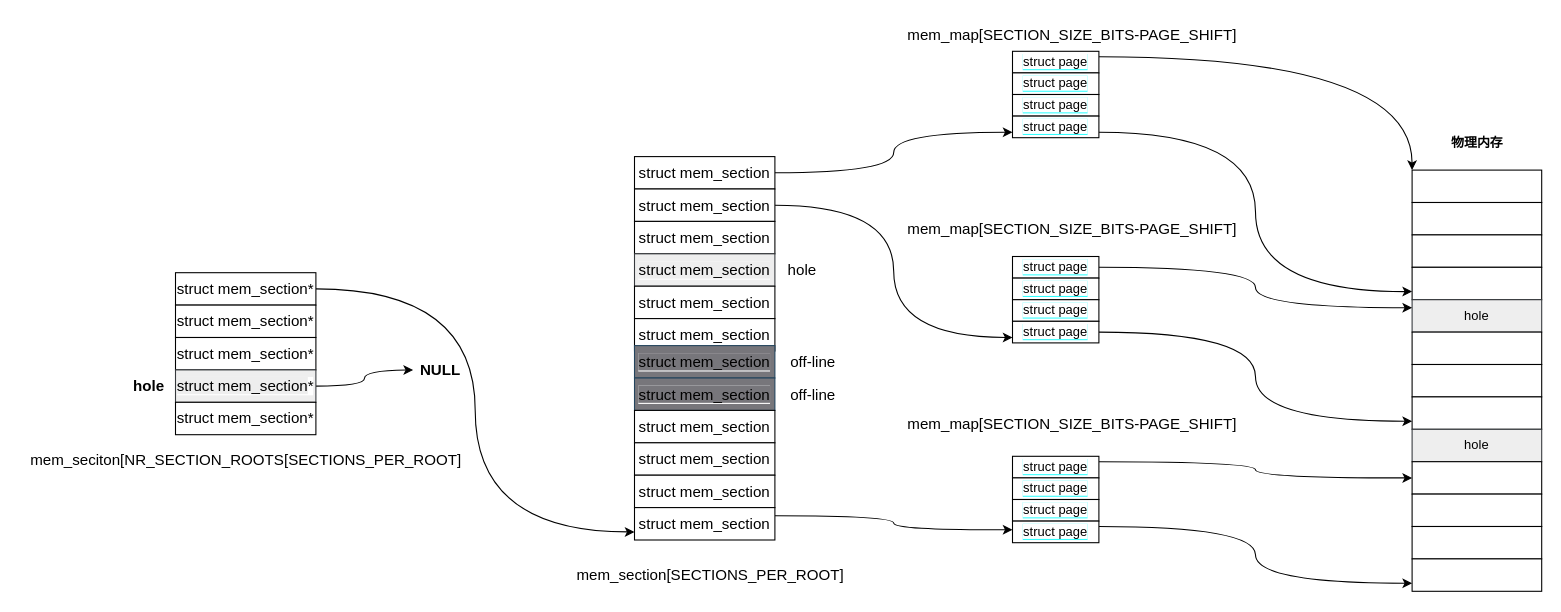
kongjun18/thesis keeps this draw.io diagram as images/SPARSEMEM-EXTREME.drawio. Above is the earlier version. Source tidied: cells renumbered, new cells numbered last; positions are measured from the earlier drawing's top-left corner, leaving out a move shared by most shapes. Both pictures are drawn from the tidied source at 108%, with x=0, y=0 at pixel (18, 18).
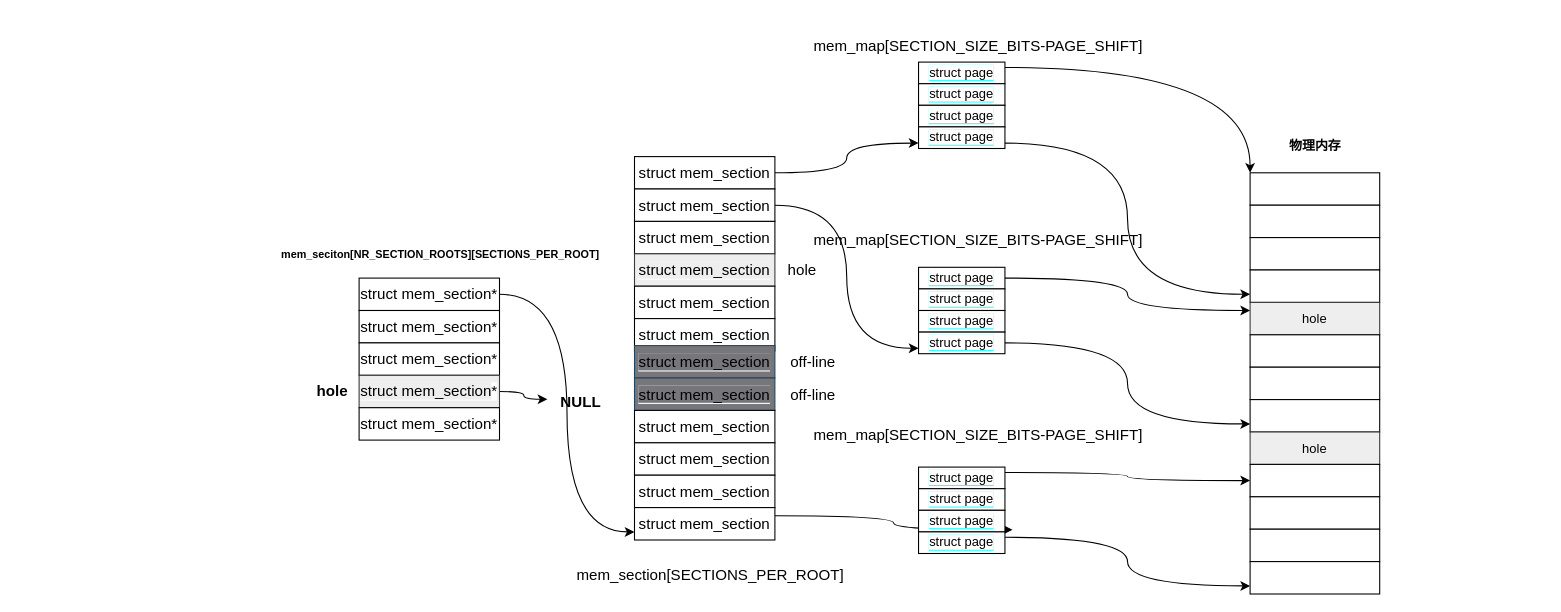
After the change.

Diff of the diagram source:
```diff
@@
     <mxCell id="2" style="rounded=0;whiteSpace=wrap;html=1;labelBackgroundColor=#33FFFF;" parent="1" vertex="1">
-      <mxGeometry x="1290" y="140" width="120" height="30" as="geometry" />
+      <mxGeometry x="1140" y="142.5" width="120" height="30" as="geometry" />
     </mxCell>
     <mxCell id="3" style="rounded=0;whiteSpace=wrap;html=1;labelBackgroundColor=#33FFFF;" parent="1" vertex="1">
-      <mxGeometry x="1290" y="170" width="120" height="30" as="geometry" />
+      <mxGeometry x="1140" y="172.5" width="120" height="30" as="geometry" />
     </mxCell>
     <mxCell id="4" style="rounded=0;whiteSpace=wrap;html=1;labelBackgroundColor=#33FFFF;" parent="1" vertex="1">
-      <mxGeometry x="1290" y="200" width="120" height="30" as="geometry" />
+      <mxGeometry x="1140" y="202.5" width="120" height="30" as="geometry" />
     </mxCell>
     <mxCell id="5" style="rounded=0;whiteSpace=wrap;html=1;labelBackgroundColor=#33FFFF;" parent="1" vertex="1">
-      <mxGeometry x="1290" y="230" width="120" height="30" as="geometry" />
+      <mxGeometry x="1140" y="232.5" width="120" height="30" as="geometry" />
     </mxCell>
     <mxCell id="6" value="hole" style="rounded=0;whiteSpace=wrap;html=1;labelBackgroundColor=none;fillColor=#eeeeee;strokeColor=#36393d;" parent="1" vertex="1">
-      <mxGeometry x="1290" y="260" width="120" height="30" as="geometry" />
+      <mxGeometry x="1140" y="262.5" width="120" height="30" as="geometry" />
     </mxCell>
     <mxCell id="7" style="rounded=0;whiteSpace=wrap;html=1;labelBackgroundColor=#33FFFF;" parent="1" vertex="1">
-      <mxGeometry x="1290" y="290" width="120" height="30" as="geometry" />
+      <mxGeometry x="1140" y="292.5" width="120" height="30" as="geometry" />
     </mxCell>
     <mxCell id="8" style="rounded=0;whiteSpace=wrap;html=1;labelBackgroundColor=#33FFFF;" parent="1" vertex="1">
-      <mxGeometry x="1290" y="320" width="120" height="30" as="geometry" />
+      <mxGeometry x="1140" y="322.5" width="120" height="30" as="geometry" />
     </mxCell>
     <mxCell id="9" style="rounded=0;whiteSpace=wrap;html=1;labelBackgroundColor=#33FFFF;" parent="1" vertex="1">
-      <mxGeometry x="1290" y="350" width="120" height="30" as="geometry" />
+      <mxGeometry x="1140" y="352.5" width="120" height="30" as="geometry" />
     </mxCell>
     <mxCell id="10" value="hole" style="rounded=0;whiteSpace=wrap;html=1;labelBackgroundColor=#FFFFF;fillColor=#eeeeee;strokeColor=#36393d;" parent="1" vertex="1">
-      <mxGeometry x="1290" y="380" width="120" height="30" as="geometry" />
+      <mxGeometry x="1140" y="382.5" width="120" height="30" as="geometry" />
     </mxCell>
     <mxCell id="11" style="rounded=0;whiteSpace=wrap;html=1;labelBackgroundColor=#33FFFF;" parent="1" vertex="1">
-      <mxGeometry x="1290" y="410" width="120" height="30" as="geometry" />
+      <mxGeometry x="1140" y="412.5" width="120" height="30" as="geometry" />
     </mxCell>
     <mxCell id="12" style="rounded=0;whiteSpace=wrap;html=1;labelBackgroundColor=#33FFFF;" parent="1" vertex="1">
-      <mxGeometry x="1290" y="440" width="120" height="30" as="geometry" />
+      <mxGeometry x="1140" y="442.5" width="120" height="30" as="geometry" />
     </mxCell>
     <mxCell id="13" style="rounded=0;whiteSpace=wrap;html=1;labelBackgroundColor=#33FFFF;" parent="1" vertex="1">
-      <mxGeometry x="1290" y="470" width="120" height="30" as="geometry" />
+      <mxGeometry x="1140" y="472.5" width="120" height="30" as="geometry" />
     </mxCell>
     <mxCell id="14" value="&lt;b&gt;物理内存&lt;/b&gt;" style="text;html=1;align=center;verticalAlign=middle;strokeColor=none;fillColor=none;" parent="1" vertex="1">
-      <mxGeometry x="1315" y="100" width="70" height="30" as="geometry" />
+      <mxGeometry x="1165" y="102.5" width="70" height="30" as="geometry" />
     </mxCell>
     <mxCell id="15" style="rounded=0;whiteSpace=wrap;html=1;labelBackgroundColor=#33FFFF;" parent="1" vertex="1">
-      <mxGeometry x="1290" y="500" width="120" height="30" as="geometry" />
+      <mxGeometry x="1140" y="502.5" width="120" height="30" as="geometry" />
     </mxCell>
@@
     <mxCell id="17" value="&lt;span style=&quot;background-color: rgb(255, 255, 255);&quot;&gt;struct page&lt;/span&gt;" style="rounded=0;whiteSpace=wrap;html=1;labelBackgroundColor=#33FFFF;" parent="1" vertex="1">
-      <mxGeometry x="920" y="30" width="80" height="20" as="geometry" />
+      <mxGeometry x="833" y="40" width="80" height="20" as="geometry" />
     </mxCell>
     <mxCell id="18" value="&lt;span style=&quot;background-color: rgb(255, 255, 255);&quot;&gt;struct page&lt;/span&gt;" style="rounded=0;whiteSpace=wrap;html=1;labelBackgroundColor=#33FFFF;" parent="1" vertex="1">
-      <mxGeometry x="920" y="50" width="80" height="20" as="geometry" />
+      <mxGeometry x="833" y="60" width="80" height="20" as="geometry" />
     </mxCell>
     <mxCell id="19" value="&lt;span style=&quot;background-color: rgb(255, 255, 255);&quot;&gt;struct page&lt;/span&gt;" style="rounded=0;whiteSpace=wrap;html=1;labelBackgroundColor=#33FFFF;" parent="1" vertex="1">
-      <mxGeometry x="920" y="70" width="80" height="20" as="geometry" />
+      <mxGeometry x="833" y="80" width="80" height="20" as="geometry" />
     </mxCell>
@@
     <mxCell id="21" value="&lt;span style=&quot;background-color: rgb(255, 255, 255);&quot;&gt;struct page&lt;/span&gt;" style="rounded=0;whiteSpace=wrap;html=1;labelBackgroundColor=#33FFFF;" parent="1" vertex="1">
-      <mxGeometry x="920" y="90" width="80" height="20" as="geometry" />
+      <mxGeometry x="833" y="100" width="80" height="20" as="geometry" />
     </mxCell>
@@
     <mxCell id="23" value="&lt;span style=&quot;background-color: rgb(255, 255, 255);&quot;&gt;struct page&lt;/span&gt;" style="rounded=0;whiteSpace=wrap;html=1;labelBackgroundColor=#33FFFF;" parent="1" vertex="1">
-      <mxGeometry x="920" y="220" width="80" height="20" as="geometry" />
+      <mxGeometry x="833" y="230" width="80" height="20" as="geometry" />
     </mxCell>
     <mxCell id="24" value="&lt;span style=&quot;background-color: rgb(255, 255, 255);&quot;&gt;struct page&lt;/span&gt;" style="rounded=0;whiteSpace=wrap;html=1;labelBackgroundColor=#33FFFF;" parent="1" vertex="1">
-      <mxGeometry x="920" y="240" width="80" height="20" as="geometry" />
+      <mxGeometry x="833" y="250" width="80" height="20" as="geometry" />
     </mxCell>
     <mxCell id="25" value="&lt;span style=&quot;background-color: rgb(255, 255, 255);&quot;&gt;struct page&lt;/span&gt;" style="rounded=0;whiteSpace=wrap;html=1;labelBackgroundColor=#33FFFF;" parent="1" vertex="1">
-      <mxGeometry x="920" y="260" width="80" height="20" as="geometry" />
+      <mxGeometry x="833" y="270" width="80" height="20" as="geometry" />
     </mxCell>
@@
     <mxCell id="27" value="&lt;span style=&quot;background-color: rgb(255, 255, 255);&quot;&gt;struct page&lt;/span&gt;" style="rounded=0;whiteSpace=wrap;html=1;labelBackgroundColor=#33FFFF;" parent="1" vertex="1">
-      <mxGeometry x="920" y="280" width="80" height="20" as="geometry" />
+      <mxGeometry x="833" y="290" width="80" height="20" as="geometry" />
     </mxCell>
@@
     <mxCell id="45" value="&lt;span style=&quot;background-color: rgb(255, 255, 255);&quot;&gt;struct page&lt;/span&gt;" style="rounded=0;whiteSpace=wrap;html=1;labelBackgroundColor=#33FFFF;" parent="1" vertex="1">
-      <mxGeometry x="920" y="405" width="80" height="20" as="geometry" />
+      <mxGeometry x="833" y="415" width="80" height="20" as="geometry" />
     </mxCell>
     <mxCell id="46" value="&lt;span style=&quot;background-color: rgb(255, 255, 255);&quot;&gt;struct page&lt;/span&gt;" style="rounded=0;whiteSpace=wrap;html=1;labelBackgroundColor=#33FFFF;" parent="1" vertex="1">
-      <mxGeometry x="920" y="425" width="80" height="20" as="geometry" />
+      <mxGeometry x="833" y="435" width="80" height="20" as="geometry" />
     </mxCell>
     <mxCell id="47" value="&lt;span style=&quot;background-color: rgb(255, 255, 255);&quot;&gt;struct page&lt;/span&gt;" style="rounded=0;whiteSpace=wrap;html=1;labelBackgroundColor=#33FFFF;" parent="1" vertex="1">
-      <mxGeometry x="920" y="445" width="80" height="20" as="geometry" />
+      <mxGeometry x="833" y="455" width="80" height="20" as="geometry" />
     </mxCell>
@@
     <mxCell id="49" value="&lt;span style=&quot;background-color: rgb(255, 255, 255);&quot;&gt;struct page&lt;/span&gt;" style="rounded=0;whiteSpace=wrap;html=1;labelBackgroundColor=#33FFFF;" parent="1" vertex="1">
-      <mxGeometry x="920" y="465" width="80" height="20" as="geometry" />
+      <mxGeometry x="833" y="475" width="80" height="20" as="geometry" />
     </mxCell>
     <mxCell id="50" value="mem_map[SECTION_SIZE_BITS-PAGE_SHIFT]" style="text;html=1;align=center;verticalAlign=middle;strokeColor=none;fillColor=none;fontSize=14;" parent="1" vertex="1">
-      <mxGeometry x="810" width="330" height="30" as="geometry" />
+      <mxGeometry x="723" y="10" width="330" height="30" as="geometry" />
     </mxCell>
@@
     <mxCell id="54" value="mem_map[SECTION_SIZE_BITS-PAGE_SHIFT]" style="text;html=1;align=center;verticalAlign=middle;strokeColor=none;fillColor=none;fontSize=14;" parent="1" vertex="1">
-      <mxGeometry x="810" y="180" width="330" height="30" as="geometry" />
+      <mxGeometry x="723" y="190" width="330" height="30" as="geometry" />
     </mxCell>
     <mxCell id="55" value="mem_map[SECTION_SIZE_BITS-PAGE_SHIFT]" style="text;html=1;align=center;verticalAlign=middle;strokeColor=none;fillColor=none;fontSize=14;" parent="1" vertex="1">
-      <mxGeometry x="810" y="360" width="330" height="30" as="geometry" />
+      <mxGeometry x="723" y="370" width="330" height="30" as="geometry" />
     </mxCell>
@@
     <mxCell id="57" value="struct mem_section*" style="rounded=0;whiteSpace=wrap;html=1;labelBackgroundColor=#FFFFFF;labelBorderColor=none;fontSize=14;" parent="1" vertex="1">
-      <mxGeometry x="145" y="235" width="130" height="30" as="geometry" />
+      <mxGeometry x="315" y="240" width="130" height="30" as="geometry" />
     </mxCell>
     <mxCell id="58" value="struct mem_section*" style="rounded=0;whiteSpace=wrap;html=1;labelBackgroundColor=#FFFFFF;labelBorderColor=none;fontSize=14;" parent="1" vertex="1">
-      <mxGeometry x="145" y="265" width="130" height="30" as="geometry" />
+      <mxGeometry x="315" y="270" width="130" height="30" as="geometry" />
     </mxCell>
     <mxCell id="59" value="struct mem_section*" style="rounded=0;whiteSpace=wrap;html=1;labelBackgroundColor=#FFFFFF;labelBorderColor=none;fontSize=14;" parent="1" vertex="1">
-      <mxGeometry x="145" y="295" width="130" height="30" as="geometry" />
+      <mxGeometry x="315" y="300" width="130" height="30" as="geometry" />
     </mxCell>
-    <mxCell id="60" style="edgeStyle=orthogonalEdgeStyle;curved=1;jettySize=auto;html=1;fontSize=14;" parent="1" edge="1" source="61">
-      <mxGeometry relative="1" as="geometry">
-        <mxPoint x="365" y="325" as="targetPoint" />
-      </mxGeometry>
-    </mxCell>
+    <mxCell id="66" style="edgeStyle=orthogonalEdgeStyle;jettySize=auto;html=1;exitX=1;exitY=0.5;exitDx=0;exitDy=0;entryX=-0.011;entryY=0.406;entryDx=0;entryDy=0;entryPerimeter=0;curved=1;" parent="1" edge="1" source="61" target="64">
+      <mxGeometry relative="1" as="geometry" />
+    </mxCell>
     <mxCell id="61" value="&lt;span style=&quot;background-color: rgb(238, 238, 238);&quot;&gt;struct mem_section&lt;/span&gt;*" style="rounded=0;whiteSpace=wrap;html=1;labelBackgroundColor=#FFFFFF;labelBorderColor=none;fontSize=14;fillColor=#eeeeee;strokeColor=#36393d;" parent="1" vertex="1">
-      <mxGeometry x="145" y="325" width="130" height="30" as="geometry" />
+      <mxGeometry x="315" y="330" width="130" height="30" as="geometry" />
     </mxCell>
     <mxCell id="62" value="struct mem_section*" style="rounded=0;whiteSpace=wrap;html=1;labelBackgroundColor=#FFFFFF;labelBorderColor=none;fontSize=14;" parent="1" vertex="1">
-      <mxGeometry x="145" y="355" width="130" height="30" as="geometry" />
+      <mxGeometry x="315" y="360" width="130" height="30" as="geometry" />
     </mxCell>
-    <mxCell id="63" value="&lt;div&gt;&lt;br&gt;&lt;/div&gt;&lt;div&gt;mem_seciton[NR_SECTION_ROOTS[SECTIONS_PER_ROOT]&lt;/div&gt;" style="text;html=1;align=center;verticalAlign=middle;strokeColor=none;fillColor=none;fontSize=14;" parent="1" vertex="1">
-      <mxGeometry y="375" width="420" height="50" as="geometry" />
+    <mxCell id="63" value="&lt;div style=&quot;font-size: 10px;&quot;&gt;&lt;b style=&quot;background-color: initial;&quot;&gt;mem_seciton[NR_SECTION_ROOTS][SECTIONS_PER_ROOT]&lt;/b&gt;&lt;br&gt;&lt;/div&gt;" style="text;html=1;align=center;verticalAlign=middle;strokeColor=none;fillColor=none;fontSize=14;" parent="1" vertex="1">
+      <mxGeometry x="230" y="202.5" width="320" height="30" as="geometry" />
     </mxCell>
     <mxCell id="64" value="&lt;b&gt;NULL&lt;/b&gt;" style="text;html=1;align=center;verticalAlign=middle;points=[];strokeColor=none;fillColor=none;fontSize=14;" parent="1" vertex="1">
-      <mxGeometry x="360" y="310" width="60" height="30" as="geometry" />
+      <mxGeometry x="490" y="340" width="60" height="30" as="geometry" />
     </mxCell>
     <mxCell id="65" value="&lt;b&gt;hole&lt;/b&gt;" style="text;html=1;align=center;verticalAlign=middle;strokeColor=none;fillColor=none;fontSize=14;" parent="1" vertex="1">
-      <mxGeometry x="95" y="325" width="50" height="30" as="geometry" />
+      <mxGeometry x="265" y="330" width="50" height="30" as="geometry" />
     </mxCell>
```
